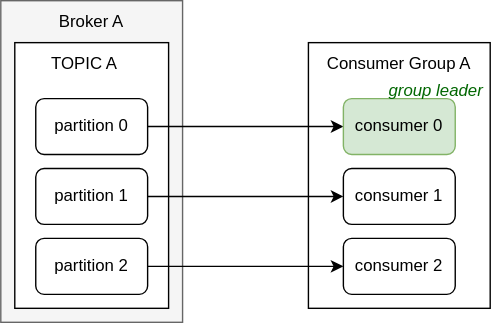
johngrib/johngrib.github.io keeps this draw.io diagram as resource/8E/2BC882-483A-4878-8B45-23C239057272/partition3-consumer3.svg. Above is the earlier version. Source tidied: cells renumbered, new cells last; positions are measured from the earlier drawing's top-left corner, leaving out a move shared by most shapes.
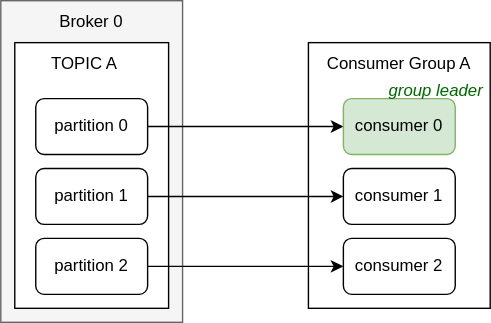
The same file after the commit.

Change to the diagram source:
```diff
@@ -47,7 +47,7 @@
     <mxCell id="16" value="consumer 2" style="rounded=1;whiteSpace=wrap;html=1;" parent="1" vertex="1">
       <mxGeometry x="245" y="170" width="80" height="40" as="geometry" />
     </mxCell>
-    <mxCell id="17" value="Broker A" style="text;html=1;align=center;verticalAlign=middle;whiteSpace=wrap;rounded=0;" parent="1" vertex="1">
+    <mxCell id="17" value="Broker 0" style="text;html=1;align=center;verticalAlign=middle;whiteSpace=wrap;rounded=0;" parent="1" vertex="1">
       <mxGeometry x="35" width="60" height="30" as="geometry" />
     </mxCell>
   </root>
```
